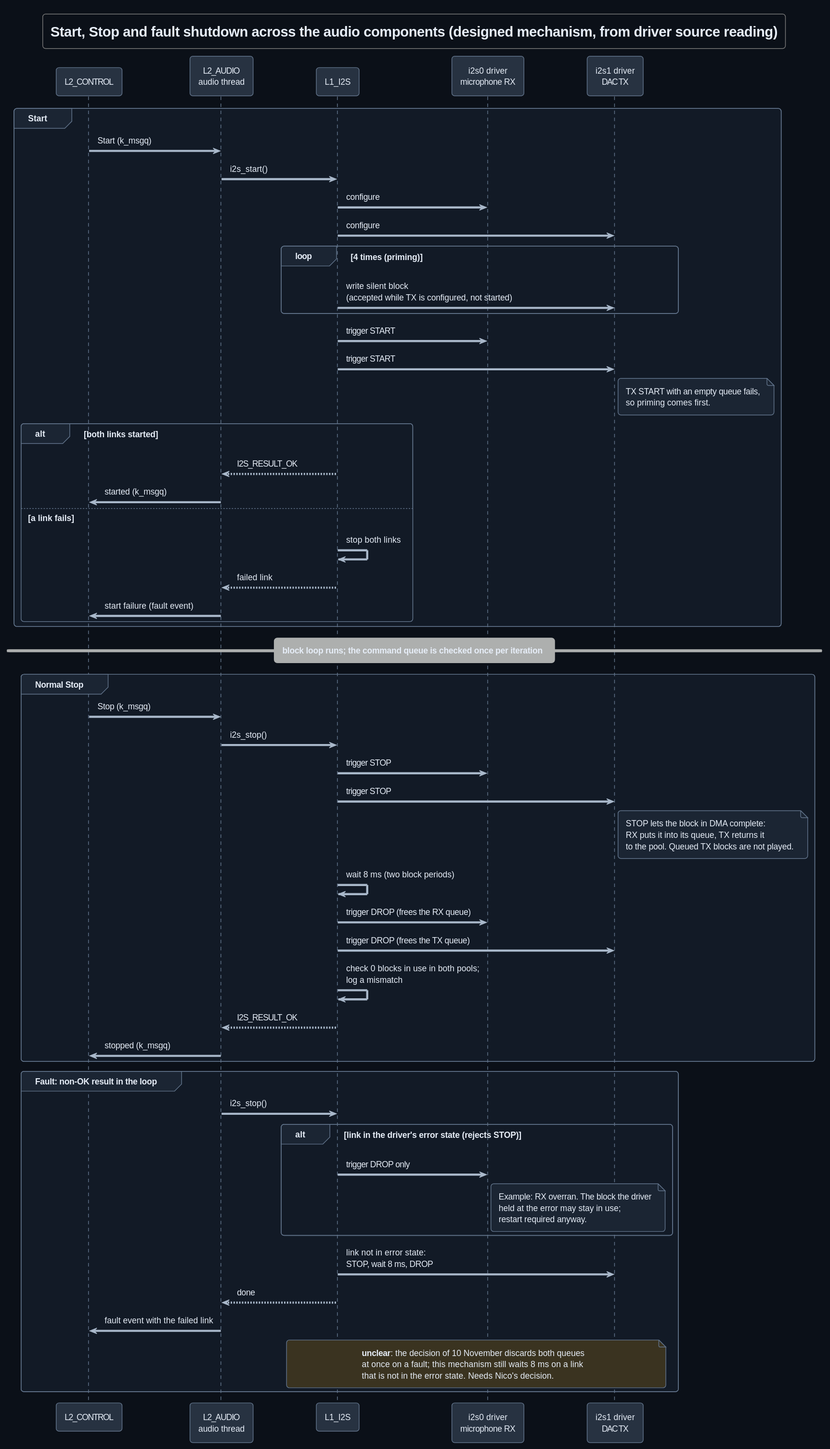
Earlier version of the PlantUML export Development/system/design/AUDIO/rendered/start_stop_sequence.svg (DemonicPsychoII/DigitalStethoscope). Its diagram source:
```plantuml
@startuml
!theme cyborg
!pragma layout smetana
skinparam shadowing false
skinparam defaultFontName SansSerif
skinparam backgroundColor #0b1018
skinparam defaultFontColor #e6edf7
skinparam ArrowColor #a9b8ca
skinparam ArrowFontColor #e6edf7
skinparam sequence {
 ParticipantBackgroundColor #273241
 ParticipantBorderColor #61738a
 ParticipantFontColor #e6edf7
 LifeLineBorderColor #61738a
 GroupBorderColor #61738a
 GroupHeaderFontColor #e6edf7
 GroupBackgroundColor #1b2533
}
skinparam sequenceGroupBodyBackGroundColor #121a26
skinparam note {
 BackgroundColor #1b2533
 BorderColor #61738a
 FontColor #e6edf7
}
title Start, Stop and fault shutdown across the audio components (designed mechanism, from driver source reading)
participant "L2_CONTROL" as control
participant "L2_AUDIO\naudio thread" as audio
participant "L1_I2S" as transport
participant "i2s0 driver\nmicrophone RX" as receiveDriver
participant "i2s1 driver\nDAC TX" as transmitDriver

group Start
  control -> audio : Start (k_msgq)
  audio -> transport : i2s_start()
  transport -> receiveDriver : configure
  transport -> transmitDriver : configure
  loop 4 times (priming)
    transport -> transmitDriver : write silent block\n(accepted while TX is configured, not started)
  end
  transport -> receiveDriver : trigger START
  transport -> transmitDriver : trigger START
  note right of transmitDriver
    TX START with an empty queue fails,
    so priming comes first.
  end note
  alt both links started
    transport --> audio : I2S_RESULT_OK
    audio -> control : started (k_msgq)
  else a link fails
    transport -> transport : stop both links
    transport --> audio : failed link
    audio -> control : start failure (fault event)
  end
end

== block loop runs; the command queue is checked once per iteration ==

group Normal Stop
  control -> audio : Stop (k_msgq)
  audio -> transport : i2s_stop()
  transport -> receiveDriver : trigger STOP
  transport -> transmitDriver : trigger STOP
  note right of transmitDriver
    STOP lets the block in DMA complete:
    RX puts it into its queue, TX returns it
    to the pool. Queued TX blocks are not played.
  end note
  transport -> transport : wait 8 ms (two block periods)
  transport -> receiveDriver : trigger DROP (frees the RX queue)
  transport -> transmitDriver : trigger DROP (frees the TX queue)
  transport -> transport : check 0 blocks in use in both pools;\nlog a mismatch
  transport --> audio : I2S_RESULT_OK
  audio -> control : stopped (k_msgq)
end

group Fault: non-OK result in the loop
  audio -> transport : i2s_stop()
  alt link in the driver's error state (rejects STOP)
    transport -> receiveDriver : trigger DROP only
    note right of receiveDriver
      Example: RX overran. The block the driver
      held at the error may stay in use;
      restart required anyway.
    end note
  end
  transport -> transmitDriver : link not in error state:\nSTOP, wait 8 ms, DROP
  transport --> audio : done
  audio -> control : fault event with the failed link
  note over transport, transmitDriver #3a3320
    **unclear**: the decision of 10 November discards both queues
    at once on a fault; this mechanism still waits 8 ms on a link
    that is not in the error state. Needs Nico's decision.
  end note
end
@enduml
```
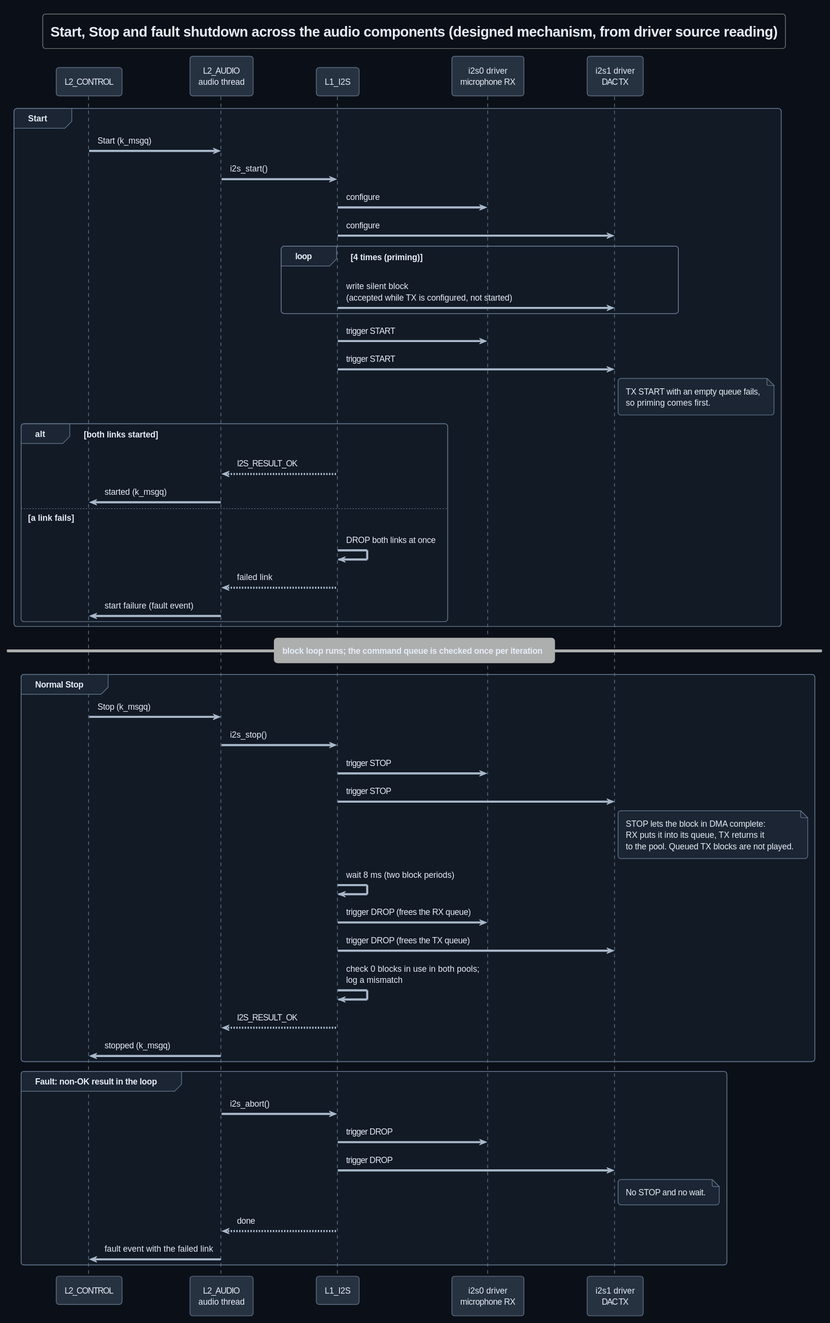
Above is the later version.

Commit message:
TICKET-185: documentation: drop both audio links at once on any audio fault and defer all four non-audio restart-required errors during listening

What changed in the source:
```diff
@@ -47,7 +47,7 @@
     transport --> audio : I2S_RESULT_OK
     audio -> control : started (k_msgq)
   else a link fails
-    transport -> transport : stop both links
+    transport -> transport : DROP both links at once
     transport --> audio : failed link
     audio -> control : start failure (fault event)
   end
@@ -74,22 +74,13 @@
 end
 
 group Fault: non-OK result in the loop
-  audio -> transport : i2s_stop()
-  alt link in the driver's error state (rejects STOP)
-    transport -> receiveDriver : trigger DROP only
-    note right of receiveDriver
-      Example: RX overran. The block the driver
-      held at the error may stay in use;
-      restart required anyway.
-    end note
-  end
-  transport -> transmitDriver : link not in error state:\nSTOP, wait 8 ms, DROP
+  audio -> transport : i2s_abort()
+  transport -> receiveDriver : trigger DROP
+  transport -> transmitDriver : trigger DROP
+  note right of transmitDriver
+    No STOP and no wait.
+  end note
   transport --> audio : done
   audio -> control : fault event with the failed link
-  note over transport, transmitDriver #3a3320
-    **unclear**: the decision of 10 November discards both queues
-    at once on a fault; this mechanism still waits 8 ms on a link
-    that is not in the error state. Needs Nico's decision.
-  end note
 end
 @enduml
```
